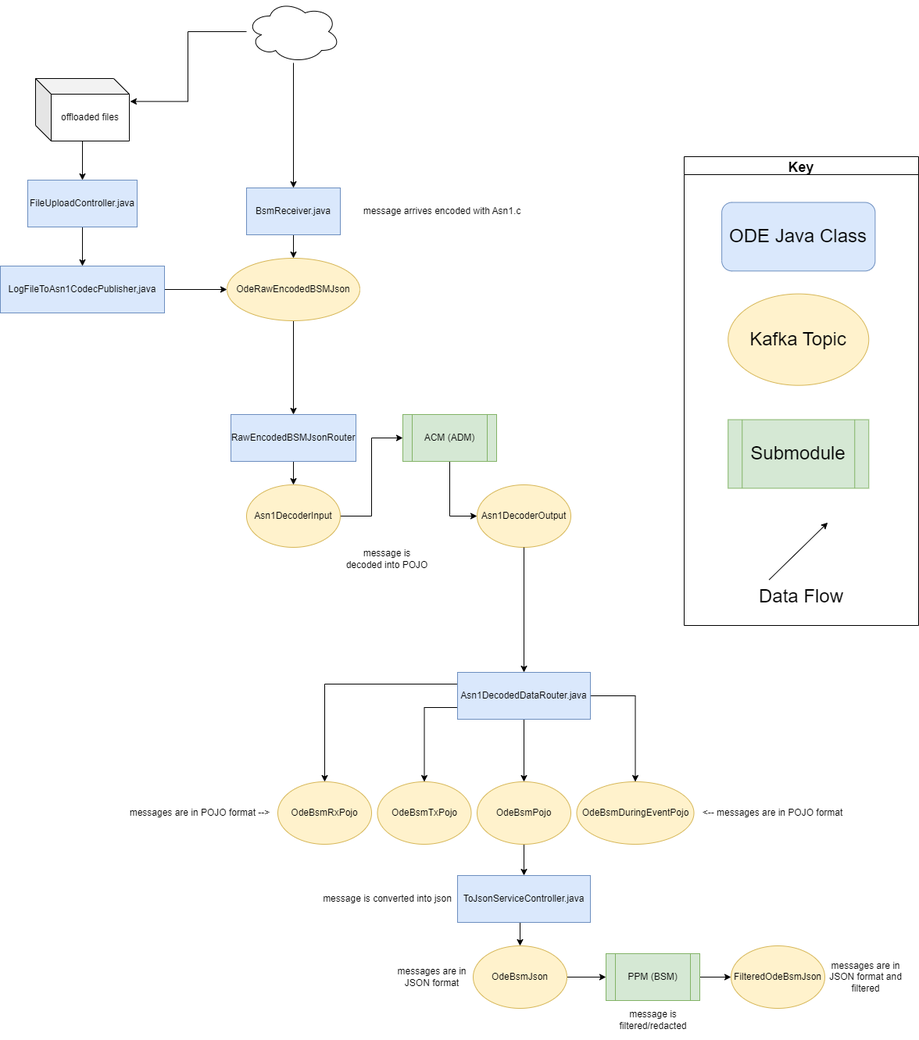
Above: docs/data-flow-diagrams/bsm/BSM Data Flow.drawio.png in CDOT-CV/jpo-ode (draw.io), before the change. Source tidied: cells renumbered, new cells last; positions are measured from the earlier drawing's top-left corner, leaving out a move shared by most shapes.
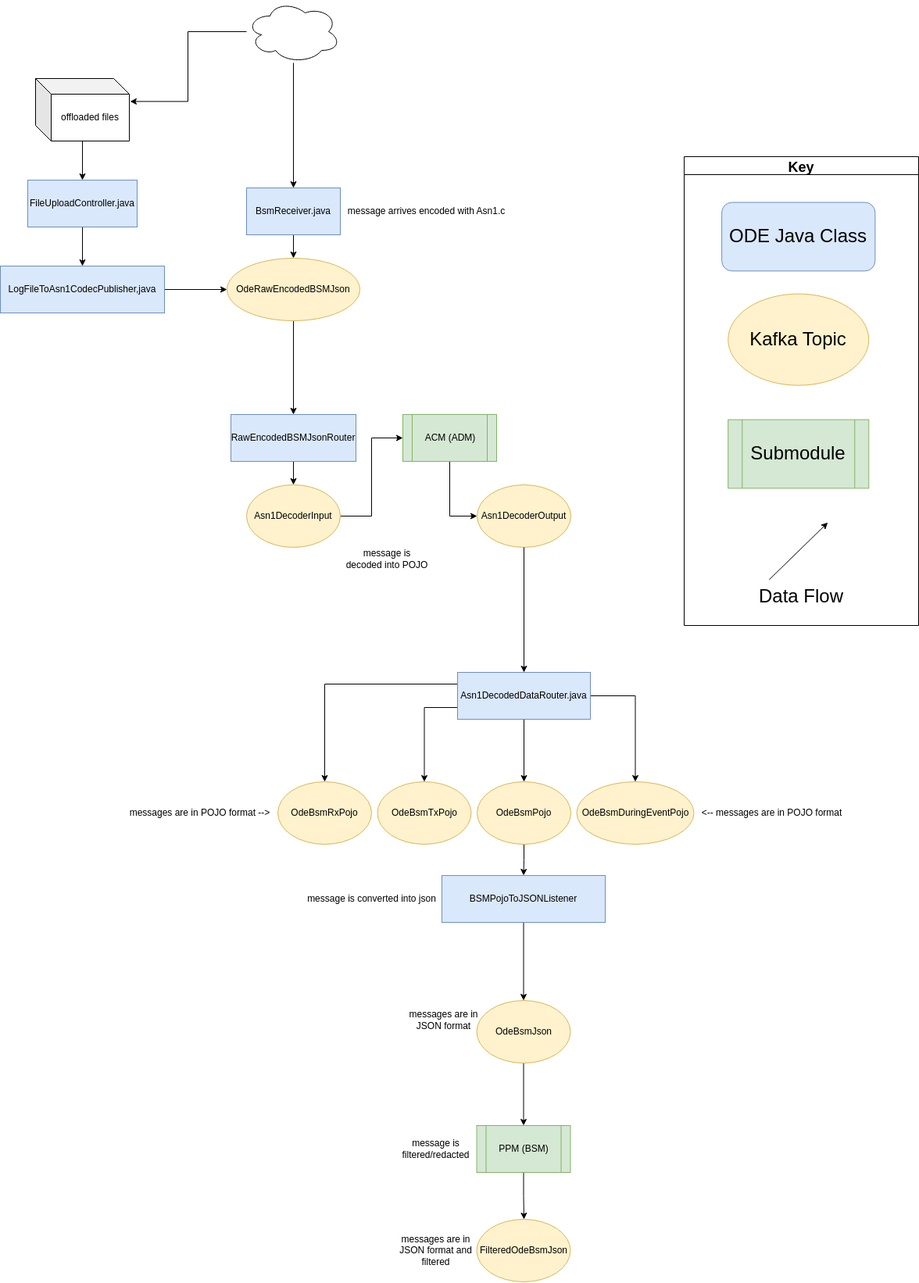
The same file after the commit.

Commit message:
docs: updated BSM Data Flow diagram

Diff of the diagram source:
```diff
@@ -62,26 +62,28 @@
     <mxCell id="21" value="Asn1DecoderOutput" style="ellipse;whiteSpace=wrap;html=1;fillColor=#fff2cc;strokeColor=#d6b656;" parent="1" vertex="1">
       <mxGeometry x="610" y="620" width="120" height="80" as="geometry" />
     </mxCell>
-    <mxCell id="22" style="edgeStyle=orthogonalEdgeStyle;rounded=0;jettySize=auto;html=1;entryX=0.5;entryY=0;entryDx=0;entryDy=0;exitX=0.5;exitY=1;exitDx=0;exitDy=0;" parent="1" edge="1" source="23" target="25">
+    <mxCell id="22" style="edgeStyle=orthogonalEdgeStyle;rounded=0;jettySize=auto;html=1;exitX=0.5;exitY=1;exitDx=0;exitDy=0;" parent="1" edge="1" source="23" target="25">
       <mxGeometry relative="1" as="geometry" />
     </mxCell>
-    <mxCell id="23" value="ToJsonServiceController.java" style="rounded=0;whiteSpace=wrap;html=1;fillColor=#dae8fc;strokeColor=#6c8ebf;" parent="1" vertex="1">
-      <mxGeometry x="585" y="1120" width="170" height="60" as="geometry" />
+    <mxCell id="23" value="BSMPojoToJSONListener" style="rounded=0;whiteSpace=wrap;html=1;fillColor=#dae8fc;strokeColor=#6c8ebf;" parent="1" vertex="1">
+      <mxGeometry x="565" y="1120" width="209" height="60" as="geometry" />
     </mxCell>
     <mxCell id="24" style="edgeStyle=orthogonalEdgeStyle;rounded=0;jettySize=auto;html=1;" parent="1" edge="1" source="25" target="27">
       <mxGeometry relative="1" as="geometry" />
     </mxCell>
     <mxCell id="25" value="OdeBsmJson" style="ellipse;whiteSpace=wrap;html=1;fillColor=#fff2cc;strokeColor=#d6b656;" parent="1" vertex="1">
-      <mxGeometry x="605" y="1210" width="120" height="80" as="geometry" />
+      <mxGeometry x="609.5" y="1280" width="120" height="80" as="geometry" />
     </mxCell>
-    <mxCell id="26" style="edgeStyle=orthogonalEdgeStyle;rounded=0;jettySize=auto;html=1;entryX=0;entryY=0.5;entryDx=0;entryDy=0;" parent="1" edge="1" source="27" target="28">
-      <mxGeometry relative="1" as="geometry" />
+    <mxCell id="26" style="edgeStyle=orthogonalEdgeStyle;rounded=0;jettySize=auto;html=1;" parent="1" edge="1" source="27">
+      <mxGeometry relative="1" as="geometry">
+        <mxPoint x="670" y="1560" as="targetPoint" />
+      </mxGeometry>
     </mxCell>
     <mxCell id="27" value="PPM (BSM)" style="shape=process;whiteSpace=wrap;html=1;backgroundOutline=1;fillColor=#d5e8d4;strokeColor=#82b366;" parent="1" vertex="1">
-      <mxGeometry x="775" y="1220" width="120" height="60" as="geometry" />
+      <mxGeometry x="609.5" y="1440" width="120" height="60" as="geometry" />
     </mxCell>
     <mxCell id="28" value="FilteredOdeBsmJson" style="ellipse;whiteSpace=wrap;html=1;fillColor=#fff2cc;strokeColor=#d6b656;" parent="1" vertex="1">
-      <mxGeometry x="935" y="1210" width="120" height="80" as="geometry" />
+      <mxGeometry x="609.5" y="1560" width="120" height="80" as="geometry" />
     </mxCell>
     <mxCell id="29" value="OdeBsmTxPojo" style="ellipse;whiteSpace=wrap;html=1;fillColor=#fff2cc;strokeColor=#d6b656;" parent="1" vertex="1">
       <mxGeometry x="482.5" y="1000" width="120" height="80" as="geometry" />
@@ -123,22 +125,22 @@
       <mxGeometry x="315" width="120" height="80" as="geometry" />
     </mxCell>
     <mxCell id="41" value="message arrives encoded with Asn1.c" style="text;html=1;align=center;verticalAlign=middle;strokeColor=none;fillColor=none;" parent="1" vertex="1">
-      <mxGeometry x="455" y="260" width="220" height="20" as="geometry" />
+      <mxGeometry x="435" y="260" width="220" height="20" as="geometry" />
     </mxCell>
     <mxCell id="42" value="message is decoded into POJO" style="text;html=1;strokeColor=none;fillColor=none;align=center;verticalAlign=middle;whiteSpace=wrap;rounded=0;" parent="1" vertex="1">
       <mxGeometry x="440" y="690" width="110" height="50" as="geometry" />
     </mxCell>
     <mxCell id="43" value="message is converted into json" style="text;html=1;align=center;verticalAlign=middle;strokeColor=none;fillColor=none;" parent="1" vertex="1">
-      <mxGeometry x="405" y="1140" width="180" height="20" as="geometry" />
+      <mxGeometry x="385" y="1140" width="180" height="20" as="geometry" />
     </mxCell>
     <mxCell id="44" value="message is filtered/redacted" style="text;html=1;strokeColor=none;fillColor=none;align=center;verticalAlign=middle;whiteSpace=wrap;rounded=0;" parent="1" vertex="1">
-      <mxGeometry x="782.5" y="1280" width="105" height="50" as="geometry" />
+      <mxGeometry x="504.5" y="1445" width="105" height="50" as="geometry" />
     </mxCell>
     <mxCell id="45" value="messages are in JSON format and filtered" style="text;html=1;strokeColor=none;fillColor=none;align=center;verticalAlign=middle;whiteSpace=wrap;rounded=0;" parent="1" vertex="1">
-      <mxGeometry x="1055" y="1225" width="105" height="50" as="geometry" />
+      <mxGeometry x="504.5" y="1575" width="105" height="50" as="geometry" />
     </mxCell>
     <mxCell id="46" value="messages are in JSON format" style="text;html=1;strokeColor=none;fillColor=none;align=center;verticalAlign=middle;whiteSpace=wrap;rounded=0;" parent="1" vertex="1">
-      <mxGeometry x="500" y="1225" width="105" height="50" as="geometry" />
+      <mxGeometry x="515" y="1280" width="105" height="50" as="geometry" />
     </mxCell>
     <mxCell id="47" value="messages are in POJO format --&amp;gt;" style="text;html=1;align=center;verticalAlign=middle;strokeColor=none;fillColor=none;" parent="1" vertex="1">
       <mxGeometry x="155" y="1030" width="200" height="20" as="geometry" />
```
